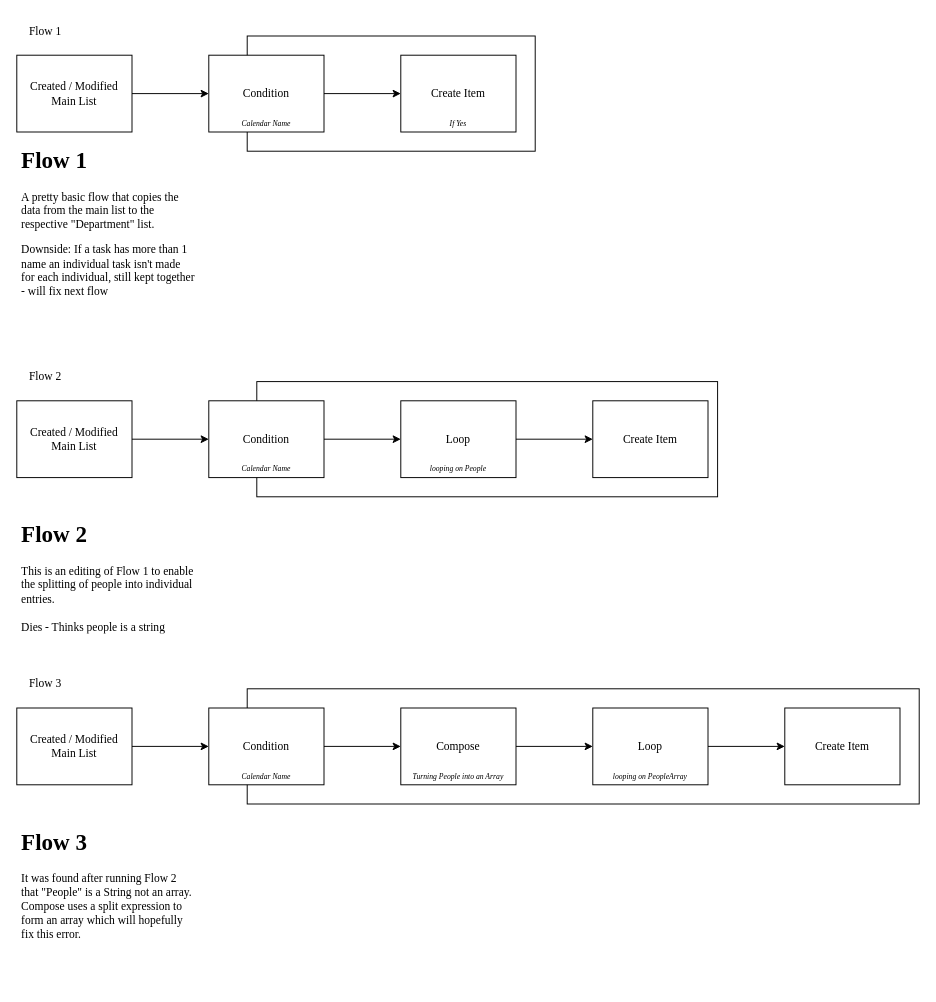
Earlier version of the draw.io diagram page "Iteration 2 - Department List - Part A" (4 of 5) of Dataflow and Design.drawio (Birphon/BCIS309-CelloProject). Source tidied: cells renumbered, new cells numbered last; positions are measured from the earlier drawing's top-left corner, leaving out a move shared by most shapes. Both pictures are drawn from the tidied source at 96%, with x=0, y=0 at pixel (16, 16).
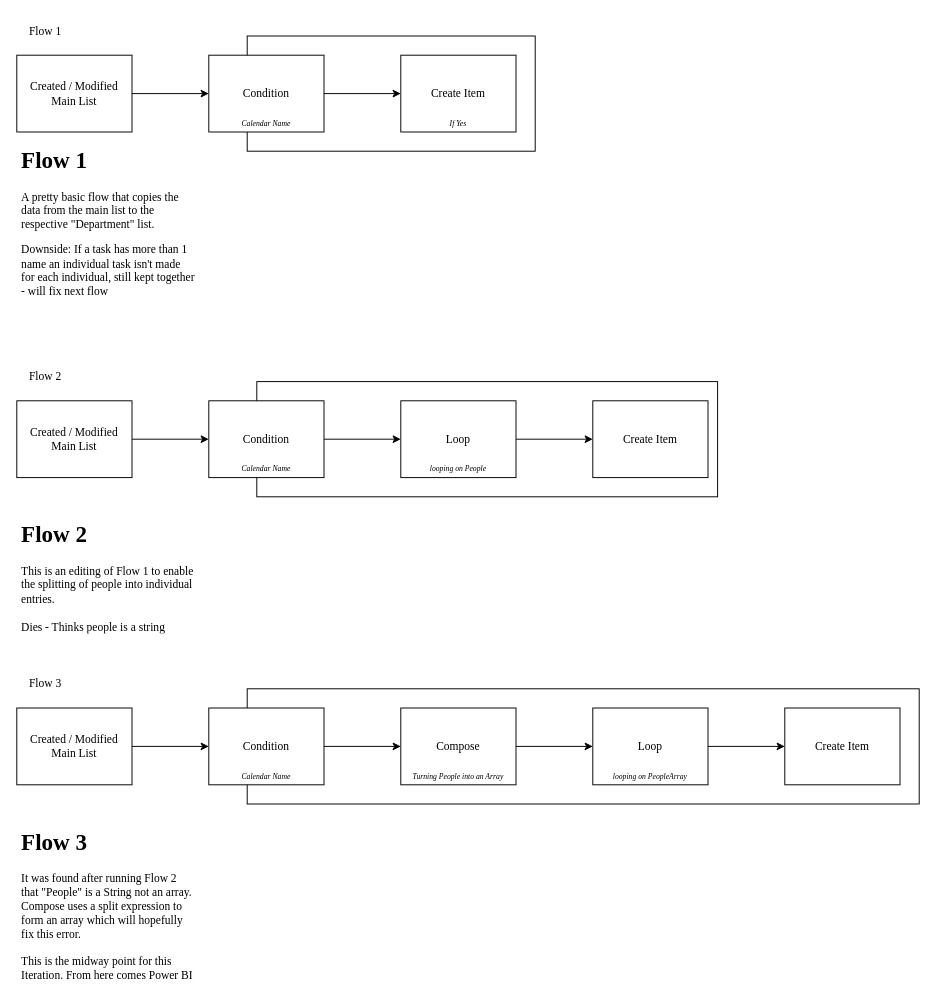
After the change.

Change to the diagram source:
```diff
@@
-    <mxCell id="38" value="&lt;h1&gt;Flow 3&lt;br&gt;&lt;/h1&gt;&lt;div&gt;It was found after running Flow 2 that &quot;People&quot; is a String not an array. Compose uses a split expression to form an array which will hopefully fix this error. &lt;br&gt;&lt;/div&gt;" style="text;html=1;strokeColor=none;fillColor=none;spacing=5;spacingTop=-20;whiteSpace=wrap;overflow=hidden;rounded=0;fontFamily=Times New Roman;" parent="1" vertex="1">
+    <mxCell id="38" value="&lt;h1&gt;Flow 3&lt;br&gt;&lt;/h1&gt;&lt;div&gt;It was found after running Flow 2 that &quot;People&quot; is a String not an array. Compose uses a split expression to form an array which will hopefully fix this error. &lt;br&gt;&lt;/div&gt;&lt;div&gt;&lt;br&gt;&lt;/div&gt;&lt;div&gt;This is the midway point for this Iteration. From here comes Power BI&lt;br&gt;&lt;/div&gt;" style="text;html=1;strokeColor=none;fillColor=none;spacing=5;spacingTop=-20;whiteSpace=wrap;overflow=hidden;rounded=0;fontFamily=Times New Roman;" parent="1" vertex="1">
       <mxGeometry y="840" width="190" height="170" as="geometry" />
     </mxCell>
```
